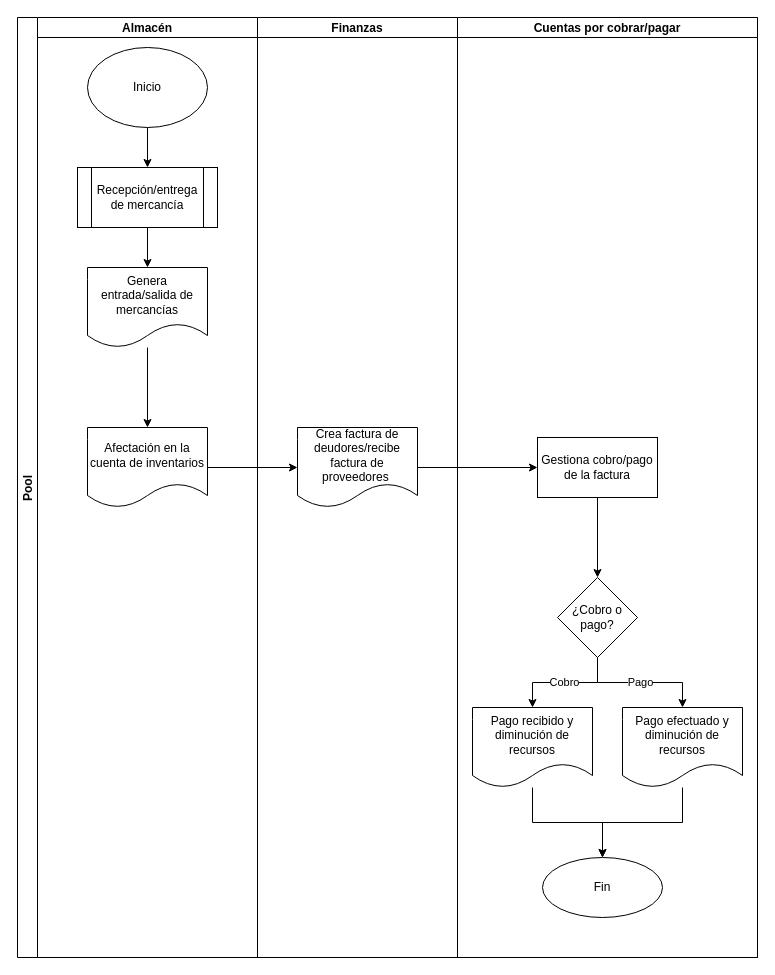
Before: page "Inventario" (3 of 4) of Proceso finanzas.drawio in FerAran/Flowchart, a draw.io diagram. Source tidied: cells renumbered, new cells numbered last; positions are measured from the earlier drawing's top-left corner, leaving out a move shared by most shapes. Both pictures are drawn from the tidied source at 100%, with x=0, y=0 at pixel (17, 17).
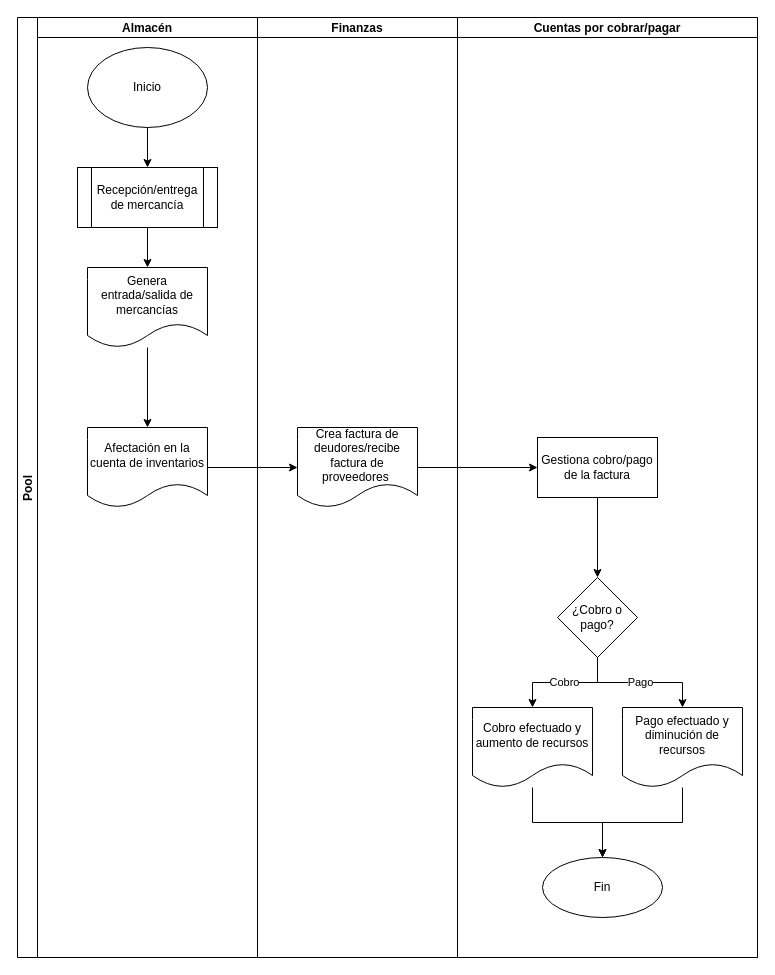
The same diagram, later.

Unchanged cells that the change refers to:
```xml
<mxCell id="11" value="Cuentas por cobrar/pagar" style="swimlane;startSize=20;" parent="2" vertex="1">
  <mxGeometry x="440" width="300" height="940" as="geometry" />
</mxCell>
```

The edit, as a diff of the source:
```diff
@@
-    <mxCell id="18" value="Pago recibido y diminución de recursos" style="shape=document;whiteSpace=wrap;html=1;boundedLbl=1;" parent="11" vertex="1">
+    <mxCell id="18" value="Cobro efectuado y aumento de recursos" style="shape=document;whiteSpace=wrap;html=1;boundedLbl=1;" parent="11" vertex="1">
       <mxGeometry x="15" y="690" width="120" height="80" as="geometry" />
     </mxCell>
```
